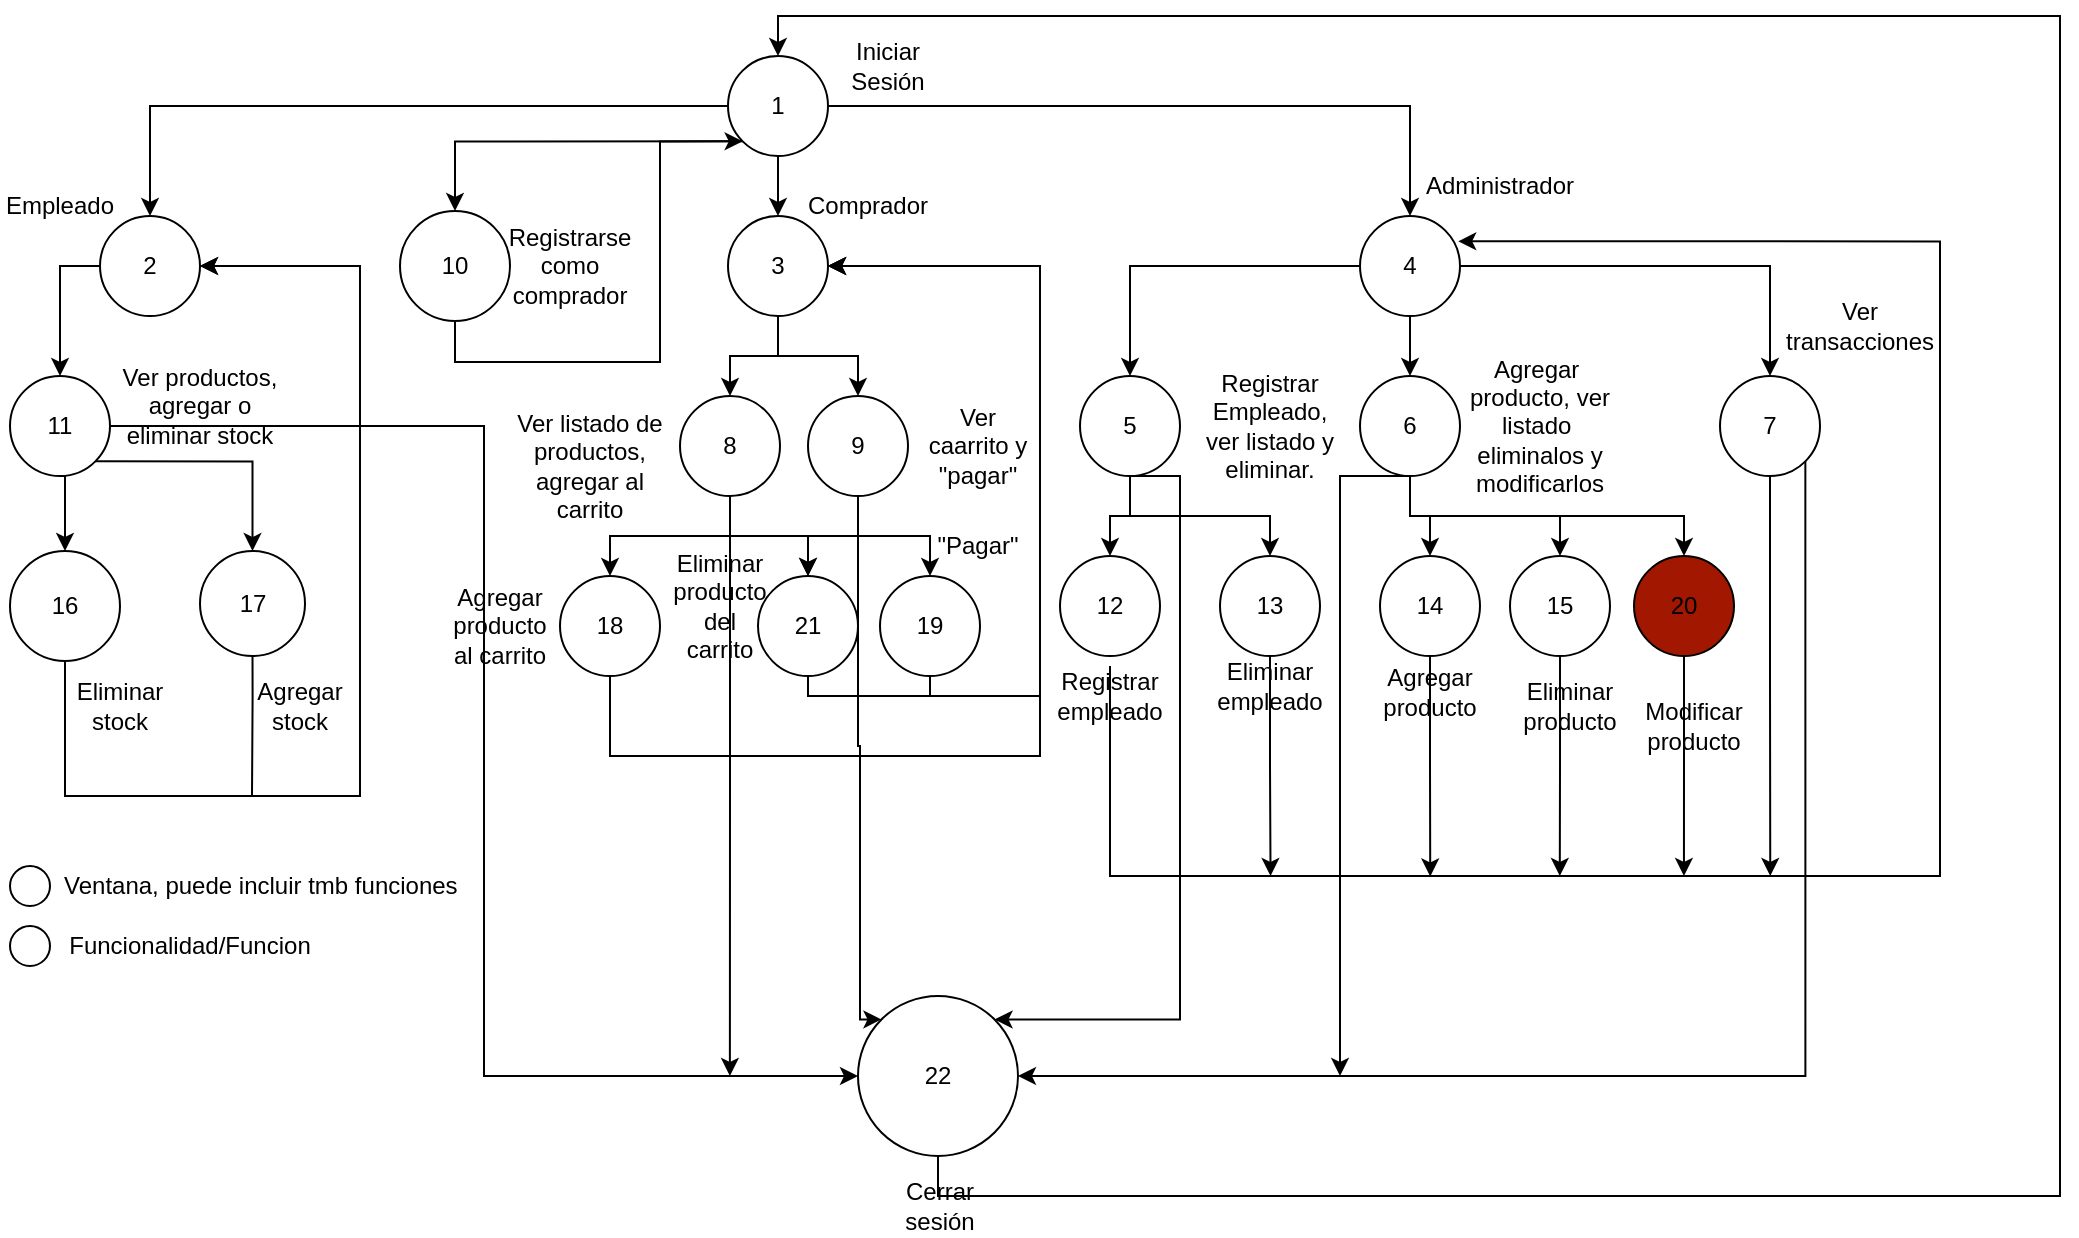
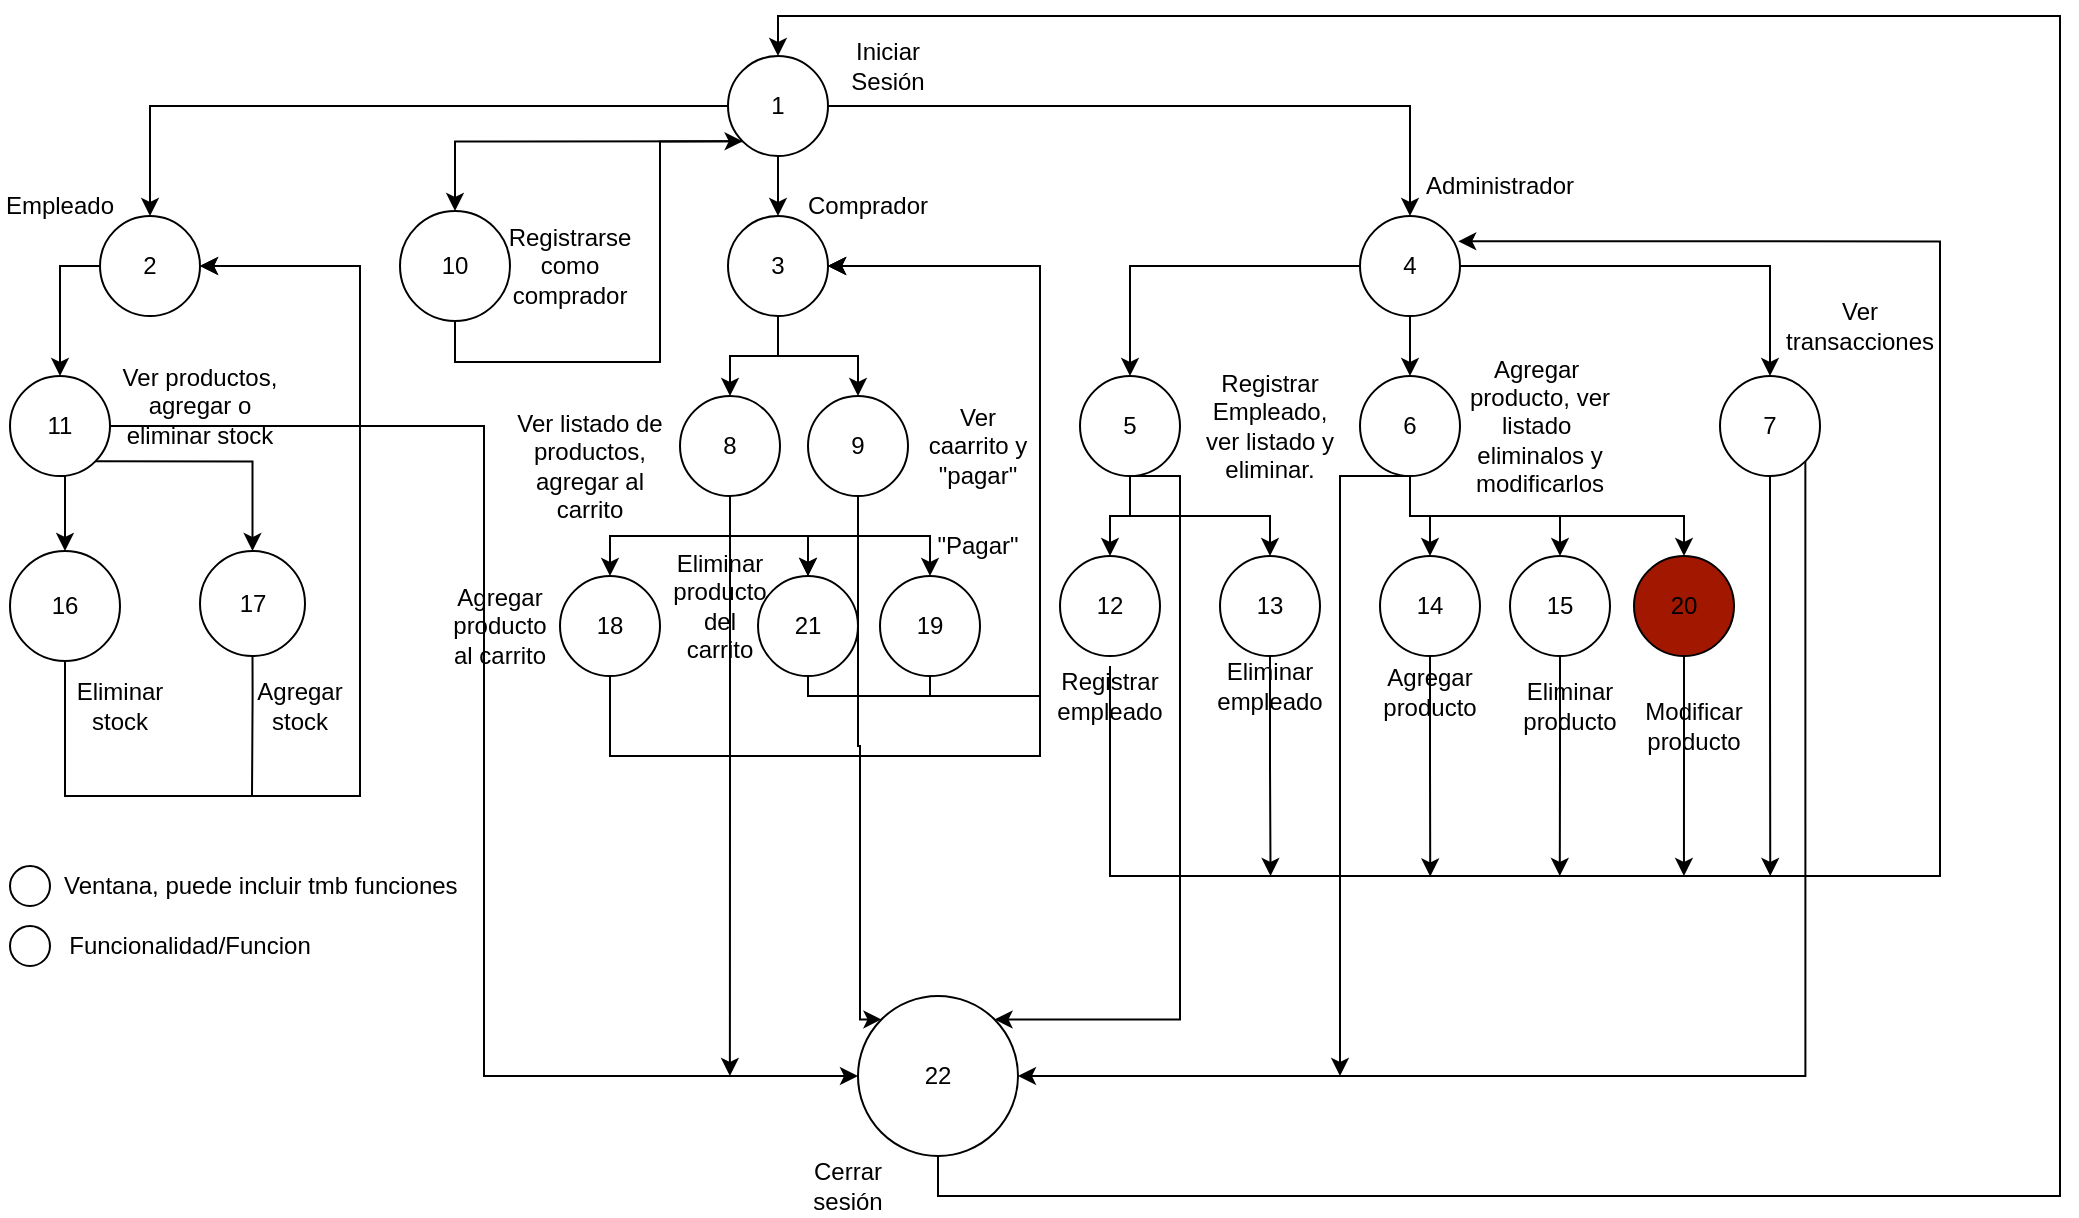
- <mxfile host="app.diagrams.net">
+ <mxfile host="Electron">
  <diagram name="General" id="yABXoofkzUlfOp70S79y">
-     <mxGraphModel dx="1538" dy="1907" grid="1" gridSize="10" guides="1" tooltips="1" connect="1" arrows="1" fold="1" page="1" pageScale="1" pageWidth="827" pageHeight="1169" math="0" shadow="0">
+     <mxGraphModel dx="1346" dy="1931" grid="1" gridSize="10" guides="1" tooltips="1" connect="1" arrows="1" fold="1" page="1" pageScale="1" pageWidth="827" pageHeight="1169" math="0" shadow="0">
      <root>
        <mxCell id="0" />
        <mxCell id="1" parent="0" />
        <mxCell id="LBXvCYroLYcxCpWWjZGj-19" edge="1" parent="1" source="LBXvCYroLYcxCpWWjZGj-14" style="edgeStyle=orthogonalEdgeStyle;rounded=0;orthogonalLoop=1;jettySize=auto;html=1;exitX=0;exitY=0.5;exitDx=0;exitDy=0;entryX=0.5;entryY=0;entryDx=0;entryDy=0;" target="LBXvCYroLYcxCpWWjZGj-16" value="">
          <mxGeometry relative="1" as="geometry" />
        </mxCell>
        <mxCell id="LBXvCYroLYcxCpWWjZGj-20" edge="1" parent="1" source="LBXvCYroLYcxCpWWjZGj-14" style="edgeStyle=orthogonalEdgeStyle;rounded=0;orthogonalLoop=1;jettySize=auto;html=1;exitX=0.5;exitY=1;exitDx=0;exitDy=0;entryX=0.5;entryY=0;entryDx=0;entryDy=0;" target="LBXvCYroLYcxCpWWjZGj-17">
          <mxGeometry relative="1" as="geometry" />
        </mxCell>
        <mxCell id="LBXvCYroLYcxCpWWjZGj-21" edge="1" parent="1" source="LBXvCYroLYcxCpWWjZGj-14" style="edgeStyle=orthogonalEdgeStyle;rounded=0;orthogonalLoop=1;jettySize=auto;html=1;exitX=1;exitY=0.5;exitDx=0;exitDy=0;entryX=0.5;entryY=0;entryDx=0;entryDy=0;" target="LBXvCYroLYcxCpWWjZGj-18">
          <mxGeometry relative="1" as="geometry" />
        </mxCell>
        <mxCell id="LBXvCYroLYcxCpWWjZGj-45" edge="1" parent="1" source="LBXvCYroLYcxCpWWjZGj-14" style="edgeStyle=orthogonalEdgeStyle;rounded=0;orthogonalLoop=1;jettySize=auto;html=1;exitX=0;exitY=1;exitDx=0;exitDy=0;entryX=0.5;entryY=0;entryDx=0;entryDy=0;" target="LBXvCYroLYcxCpWWjZGj-44">
          <mxGeometry relative="1" as="geometry" />
        </mxCell>
        <mxCell id="LBXvCYroLYcxCpWWjZGj-14" parent="1" style="ellipse;whiteSpace=wrap;html=1;aspect=fixed;fillColor=light-dark(#FFFFFF,#18952A);" value="1" vertex="1">
          <mxGeometry height="50" width="50" x="374" y="20" as="geometry" />
        </mxCell>
        <mxCell id="LBXvCYroLYcxCpWWjZGj-15" parent="1" style="text;html=1;whiteSpace=wrap;strokeColor=none;fillColor=none;align=center;verticalAlign=middle;rounded=0;" value="Iniciar Sesión" vertex="1">
          <mxGeometry height="30" width="60" x="424" y="10" as="geometry" />
        </mxCell>
        <mxCell id="LBXvCYroLYcxCpWWjZGj-49" edge="1" parent="1" source="LBXvCYroLYcxCpWWjZGj-16" style="edgeStyle=orthogonalEdgeStyle;rounded=0;orthogonalLoop=1;jettySize=auto;html=1;exitX=0;exitY=0.5;exitDx=0;exitDy=0;entryX=0.5;entryY=0;entryDx=0;entryDy=0;" target="LBXvCYroLYcxCpWWjZGj-47">
          <mxGeometry relative="1" as="geometry" />
        </mxCell>
        <mxCell id="LBXvCYroLYcxCpWWjZGj-16" parent="1" style="ellipse;whiteSpace=wrap;html=1;aspect=fixed;" value="2" vertex="1">
          <mxGeometry height="50" width="50" x="60" y="100" as="geometry" />
        </mxCell>
        <mxCell id="LBXvCYroLYcxCpWWjZGj-98" edge="1" parent="1" source="LBXvCYroLYcxCpWWjZGj-17" style="edgeStyle=orthogonalEdgeStyle;rounded=0;orthogonalLoop=1;jettySize=auto;html=1;exitX=0.5;exitY=1;exitDx=0;exitDy=0;entryX=0.5;entryY=0;entryDx=0;entryDy=0;" target="LBXvCYroLYcxCpWWjZGj-38">
          <mxGeometry relative="1" as="geometry" />
        </mxCell>
        <mxCell id="LBXvCYroLYcxCpWWjZGj-99" edge="1" parent="1" source="LBXvCYroLYcxCpWWjZGj-17" style="edgeStyle=orthogonalEdgeStyle;rounded=0;orthogonalLoop=1;jettySize=auto;html=1;exitX=0.5;exitY=1;exitDx=0;exitDy=0;entryX=0.5;entryY=0;entryDx=0;entryDy=0;" target="LBXvCYroLYcxCpWWjZGj-40">
          <mxGeometry relative="1" as="geometry" />
        </mxCell>
        <mxCell id="LBXvCYroLYcxCpWWjZGj-17" parent="1" style="ellipse;whiteSpace=wrap;html=1;aspect=fixed;" value="3" vertex="1">
          <mxGeometry height="50" width="50" x="374" y="100" as="geometry" />
        </mxCell>
        <mxCell id="LBXvCYroLYcxCpWWjZGj-57" edge="1" parent="1" source="LBXvCYroLYcxCpWWjZGj-18" style="edgeStyle=orthogonalEdgeStyle;rounded=0;orthogonalLoop=1;jettySize=auto;html=1;exitX=0.5;exitY=1;exitDx=0;exitDy=0;entryX=0.5;entryY=0;entryDx=0;entryDy=0;" target="LBXvCYroLYcxCpWWjZGj-26">
          <mxGeometry relative="1" as="geometry" />
        </mxCell>
        <mxCell id="LBXvCYroLYcxCpWWjZGj-58" edge="1" parent="1" source="LBXvCYroLYcxCpWWjZGj-18" style="edgeStyle=orthogonalEdgeStyle;rounded=0;orthogonalLoop=1;jettySize=auto;html=1;exitX=1;exitY=0.5;exitDx=0;exitDy=0;entryX=0.5;entryY=0;entryDx=0;entryDy=0;" target="LBXvCYroLYcxCpWWjZGj-27">
          <mxGeometry relative="1" as="geometry" />
        </mxCell>
        <mxCell id="LBXvCYroLYcxCpWWjZGj-59" edge="1" parent="1" source="LBXvCYroLYcxCpWWjZGj-18" style="edgeStyle=orthogonalEdgeStyle;rounded=0;orthogonalLoop=1;jettySize=auto;html=1;exitX=0;exitY=0.5;exitDx=0;exitDy=0;entryX=0.5;entryY=0;entryDx=0;entryDy=0;" target="LBXvCYroLYcxCpWWjZGj-25">
          <mxGeometry relative="1" as="geometry" />
        </mxCell>
        <mxCell id="LBXvCYroLYcxCpWWjZGj-18" parent="1" style="ellipse;whiteSpace=wrap;html=1;aspect=fixed;" value="4" vertex="1">
          <mxGeometry height="50" width="50" x="690" y="100" as="geometry" />
        </mxCell>
        <mxCell id="LBXvCYroLYcxCpWWjZGj-22" parent="1" style="text;html=1;whiteSpace=wrap;strokeColor=none;fillColor=none;align=center;verticalAlign=middle;rounded=0;" value="Empleado" vertex="1">
          <mxGeometry height="30" width="60" x="10" y="80" as="geometry" />
        </mxCell>
        <mxCell id="LBXvCYroLYcxCpWWjZGj-23" parent="1" style="text;html=1;whiteSpace=wrap;strokeColor=none;fillColor=none;align=center;verticalAlign=middle;rounded=0;" value="Comprador" vertex="1">
          <mxGeometry height="30" width="60" x="414" y="80" as="geometry" />
        </mxCell>
        <mxCell id="LBXvCYroLYcxCpWWjZGj-24" parent="1" style="text;html=1;whiteSpace=wrap;strokeColor=none;fillColor=none;align=center;verticalAlign=middle;rounded=0;" value="Administrador" vertex="1">
          <mxGeometry height="30" width="60" x="730" y="70" as="geometry" />
        </mxCell>
        <mxCell id="LBXvCYroLYcxCpWWjZGj-60" edge="1" parent="1" source="LBXvCYroLYcxCpWWjZGj-25" style="edgeStyle=orthogonalEdgeStyle;rounded=0;orthogonalLoop=1;jettySize=auto;html=1;exitX=0.5;exitY=1;exitDx=0;exitDy=0;entryX=0.5;entryY=0;entryDx=0;entryDy=0;" target="LBXvCYroLYcxCpWWjZGj-54">
          <mxGeometry relative="1" as="geometry" />
        </mxCell>
        <mxCell id="LBXvCYroLYcxCpWWjZGj-61" edge="1" parent="1" source="LBXvCYroLYcxCpWWjZGj-25" style="edgeStyle=orthogonalEdgeStyle;rounded=0;orthogonalLoop=1;jettySize=auto;html=1;exitX=0.5;exitY=1;exitDx=0;exitDy=0;" target="LBXvCYroLYcxCpWWjZGj-55">
          <mxGeometry relative="1" as="geometry" />
        </mxCell>
        <mxCell id="wNyk0zgXBIJdKZvLJYqR-15" edge="1" parent="1" source="LBXvCYroLYcxCpWWjZGj-25" style="edgeStyle=orthogonalEdgeStyle;rounded=0;orthogonalLoop=1;jettySize=auto;html=1;exitX=0.5;exitY=1;exitDx=0;exitDy=0;entryX=1;entryY=0;entryDx=0;entryDy=0;" target="wNyk0zgXBIJdKZvLJYqR-11">
          <mxGeometry relative="1" as="geometry">
            <Array as="points">
              <mxPoint x="600" y="230" />
              <mxPoint x="600" y="502" />
            </Array>
          </mxGeometry>
        </mxCell>
        <mxCell id="LBXvCYroLYcxCpWWjZGj-25" parent="1" style="ellipse;whiteSpace=wrap;html=1;aspect=fixed;fillColor=light-dark(#FFFFFF,#18952A);" value="5" vertex="1">
          <mxGeometry height="50" width="50" x="550" y="180" as="geometry" />
        </mxCell>
        <mxCell id="LBXvCYroLYcxCpWWjZGj-66" edge="1" parent="1" source="LBXvCYroLYcxCpWWjZGj-26" style="edgeStyle=orthogonalEdgeStyle;rounded=0;orthogonalLoop=1;jettySize=auto;html=1;exitX=0.5;exitY=1;exitDx=0;exitDy=0;entryX=0.5;entryY=0;entryDx=0;entryDy=0;" target="LBXvCYroLYcxCpWWjZGj-64">
          <mxGeometry relative="1" as="geometry" />
        </mxCell>
        <mxCell id="LBXvCYroLYcxCpWWjZGj-67" edge="1" parent="1" source="LBXvCYroLYcxCpWWjZGj-26" style="edgeStyle=orthogonalEdgeStyle;rounded=0;orthogonalLoop=1;jettySize=auto;html=1;exitX=0.5;exitY=1;exitDx=0;exitDy=0;entryX=0.5;entryY=0;entryDx=0;entryDy=0;" target="LBXvCYroLYcxCpWWjZGj-65">
          <mxGeometry relative="1" as="geometry" />
        </mxCell>
        <mxCell id="hRm-Ou00VWeYjdHq_WFA-5" edge="1" parent="1" source="LBXvCYroLYcxCpWWjZGj-26" style="edgeStyle=orthogonalEdgeStyle;rounded=0;orthogonalLoop=1;jettySize=auto;html=1;exitX=0.5;exitY=1;exitDx=0;exitDy=0;entryX=0.5;entryY=0;entryDx=0;entryDy=0;" target="hRm-Ou00VWeYjdHq_WFA-3">
          <mxGeometry relative="1" as="geometry" />
        </mxCell>
        <mxCell id="wNyk0zgXBIJdKZvLJYqR-20" edge="1" parent="1" source="LBXvCYroLYcxCpWWjZGj-26" style="edgeStyle=orthogonalEdgeStyle;rounded=0;orthogonalLoop=1;jettySize=auto;html=1;exitX=0.5;exitY=1;exitDx=0;exitDy=0;">
          <mxGeometry relative="1" as="geometry">
            <Array as="points">
              <mxPoint x="680" y="230" />
              <mxPoint x="680" y="530" />
            </Array>
            <mxPoint x="680" y="530" as="targetPoint" />
          </mxGeometry>
        </mxCell>
        <mxCell id="LBXvCYroLYcxCpWWjZGj-26" parent="1" style="ellipse;whiteSpace=wrap;html=1;aspect=fixed;fillColor=light-dark(#FFFFFF,#18952A);" value="6" vertex="1">
          <mxGeometry height="50" width="50" x="690" y="180" as="geometry" />
        </mxCell>
        <mxCell id="hRm-Ou00VWeYjdHq_WFA-1" edge="1" parent="1" source="LBXvCYroLYcxCpWWjZGj-27" style="edgeStyle=orthogonalEdgeStyle;rounded=0;orthogonalLoop=1;jettySize=auto;html=1;exitX=0.5;exitY=1;exitDx=0;exitDy=0;">
          <mxGeometry relative="1" as="geometry">
            <mxPoint x="895.1290322580644" y="430" as="targetPoint" />
          </mxGeometry>
        </mxCell>
        <mxCell id="wNyk0zgXBIJdKZvLJYqR-19" edge="1" parent="1" source="LBXvCYroLYcxCpWWjZGj-27" style="edgeStyle=orthogonalEdgeStyle;rounded=0;orthogonalLoop=1;jettySize=auto;html=1;exitX=1;exitY=1;exitDx=0;exitDy=0;entryX=1;entryY=0.5;entryDx=0;entryDy=0;" target="wNyk0zgXBIJdKZvLJYqR-11">
          <mxGeometry relative="1" as="geometry">
            <Array as="points">
              <mxPoint x="913" y="530" />
            </Array>
          </mxGeometry>
        </mxCell>
        <mxCell id="LBXvCYroLYcxCpWWjZGj-27" parent="1" style="ellipse;whiteSpace=wrap;html=1;aspect=fixed;fillColor=light-dark(#FFFFFF,#18952A);" value="7" vertex="1">
          <mxGeometry height="50" width="50" x="870" y="180" as="geometry" />
        </mxCell>
        <mxCell id="LBXvCYroLYcxCpWWjZGj-28" parent="1" style="text;html=1;whiteSpace=wrap;strokeColor=none;fillColor=none;align=center;verticalAlign=middle;rounded=0;" value="Registrar&lt;div&gt;Empleado,&lt;/div&gt;&lt;div&gt;ver listado y eliminar.&lt;/div&gt;" vertex="1">
          <mxGeometry height="30" width="70" x="610" y="190" as="geometry" />
        </mxCell>
        <mxCell id="LBXvCYroLYcxCpWWjZGj-30" parent="1" style="text;html=1;whiteSpace=wrap;strokeColor=none;fillColor=none;align=center;verticalAlign=middle;rounded=0;" value="Agregar&amp;nbsp;&lt;div&gt;producto, ver listado&amp;nbsp; eliminalos y modificarlos&lt;/div&gt;" vertex="1">
          <mxGeometry height="30" width="80" x="740" y="190" as="geometry" />
        </mxCell>
        <mxCell id="LBXvCYroLYcxCpWWjZGj-34" parent="1" style="text;html=1;whiteSpace=wrap;strokeColor=none;fillColor=none;align=center;verticalAlign=middle;rounded=0;" value="Ver transacciones" vertex="1">
          <mxGeometry height="30" width="60" x="910" y="140" as="geometry" />
        </mxCell>
        <mxCell id="LBXvCYroLYcxCpWWjZGj-102" edge="1" parent="1" source="LBXvCYroLYcxCpWWjZGj-38" style="edgeStyle=orthogonalEdgeStyle;rounded=0;orthogonalLoop=1;jettySize=auto;html=1;exitX=0.5;exitY=1;exitDx=0;exitDy=0;entryX=0.5;entryY=0;entryDx=0;entryDy=0;" target="LBXvCYroLYcxCpWWjZGj-100">
          <mxGeometry relative="1" as="geometry" />
        </mxCell>
        <mxCell id="wNyk0zgXBIJdKZvLJYqR-7" edge="1" parent="1" source="LBXvCYroLYcxCpWWjZGj-38" style="edgeStyle=orthogonalEdgeStyle;rounded=0;orthogonalLoop=1;jettySize=auto;html=1;exitX=0.5;exitY=1;exitDx=0;exitDy=0;entryX=0.5;entryY=0;entryDx=0;entryDy=0;" target="wNyk0zgXBIJdKZvLJYqR-1">
          <mxGeometry relative="1" as="geometry" />
        </mxCell>
        <mxCell id="wNyk0zgXBIJdKZvLJYqR-22" edge="1" parent="1" source="LBXvCYroLYcxCpWWjZGj-38" style="edgeStyle=orthogonalEdgeStyle;rounded=0;orthogonalLoop=1;jettySize=auto;html=1;exitX=0.5;exitY=1;exitDx=0;exitDy=0;">
          <mxGeometry relative="1" as="geometry">
            <mxPoint x="374.9411764705883" y="530" as="targetPoint" />
          </mxGeometry>
        </mxCell>
        <mxCell id="LBXvCYroLYcxCpWWjZGj-38" parent="1" style="ellipse;whiteSpace=wrap;html=1;aspect=fixed;fillColor=light-dark(#FFFFFF,#18952A);" value="8" vertex="1">
          <mxGeometry height="50" width="50" x="350" y="190" as="geometry" />
        </mxCell>
        <mxCell id="LBXvCYroLYcxCpWWjZGj-39" parent="1" style="text;html=1;whiteSpace=wrap;strokeColor=none;fillColor=none;align=center;verticalAlign=middle;rounded=0;" value="Ver listado de productos, agregar al carrito" vertex="1">
          <mxGeometry height="30" width="80" x="265" y="210" as="geometry" />
        </mxCell>
        <mxCell id="LBXvCYroLYcxCpWWjZGj-104" edge="1" parent="1" source="LBXvCYroLYcxCpWWjZGj-40" style="edgeStyle=orthogonalEdgeStyle;rounded=0;orthogonalLoop=1;jettySize=auto;html=1;exitX=0.5;exitY=1;exitDx=0;exitDy=0;entryX=0.5;entryY=0;entryDx=0;entryDy=0;" target="LBXvCYroLYcxCpWWjZGj-101">
          <mxGeometry relative="1" as="geometry" />
        </mxCell>
        <mxCell id="wNyk0zgXBIJdKZvLJYqR-4" edge="1" parent="1" source="LBXvCYroLYcxCpWWjZGj-40" style="edgeStyle=orthogonalEdgeStyle;rounded=0;orthogonalLoop=1;jettySize=auto;html=1;exitX=0.5;exitY=1;exitDx=0;exitDy=0;" target="wNyk0zgXBIJdKZvLJYqR-1">
          <mxGeometry relative="1" as="geometry" />
        </mxCell>
        <mxCell id="wNyk0zgXBIJdKZvLJYqR-14" edge="1" parent="1" source="LBXvCYroLYcxCpWWjZGj-40" style="edgeStyle=orthogonalEdgeStyle;rounded=0;orthogonalLoop=1;jettySize=auto;html=1;exitX=0.5;exitY=1;exitDx=0;exitDy=0;entryX=0;entryY=0;entryDx=0;entryDy=0;" target="wNyk0zgXBIJdKZvLJYqR-11">
          <mxGeometry relative="1" as="geometry">
            <Array as="points">
              <mxPoint x="439" y="365" />
              <mxPoint x="440" y="365" />
              <mxPoint x="440" y="502" />
            </Array>
          </mxGeometry>
        </mxCell>
        <mxCell id="LBXvCYroLYcxCpWWjZGj-40" parent="1" style="ellipse;whiteSpace=wrap;html=1;aspect=fixed;fillColor=light-dark(#FFFFFF,#18952A);" value="9" vertex="1">
          <mxGeometry height="50" width="50" x="414" y="190" as="geometry" />
        </mxCell>
        <mxCell id="LBXvCYroLYcxCpWWjZGj-41" parent="1" style="text;html=1;whiteSpace=wrap;strokeColor=none;fillColor=none;align=center;verticalAlign=middle;rounded=0;" value="Ver caarrito y &quot;pagar&quot;" vertex="1">
          <mxGeometry height="30" width="60" x="469" y="200" as="geometry" />
        </mxCell>
        <mxCell id="LBXvCYroLYcxCpWWjZGj-79" edge="1" parent="1" source="LBXvCYroLYcxCpWWjZGj-44" style="edgeStyle=orthogonalEdgeStyle;rounded=0;orthogonalLoop=1;jettySize=auto;html=1;exitX=0.5;exitY=1;exitDx=0;exitDy=0;entryX=0;entryY=1;entryDx=0;entryDy=0;" target="LBXvCYroLYcxCpWWjZGj-14">
          <mxGeometry relative="1" as="geometry">
            <Array as="points">
              <mxPoint x="237" y="173" />
              <mxPoint x="340" y="173" />
              <mxPoint x="340" y="63" />
            </Array>
          </mxGeometry>
        </mxCell>
        <mxCell id="LBXvCYroLYcxCpWWjZGj-44" parent="1" style="ellipse;whiteSpace=wrap;html=1;aspect=fixed;fillColor=light-dark(#FFFFFF,#18952A);" value="10" vertex="1">
          <mxGeometry height="55" width="55" x="210" y="97.5" as="geometry" />
        </mxCell>
        <mxCell id="LBXvCYroLYcxCpWWjZGj-46" parent="1" style="text;html=1;whiteSpace=wrap;strokeColor=none;fillColor=none;align=center;verticalAlign=middle;rounded=0;" value="Registrarse como comprador" vertex="1">
          <mxGeometry height="30" width="60" x="265" y="110" as="geometry" />
        </mxCell>
        <mxCell id="LBXvCYroLYcxCpWWjZGj-74" edge="1" parent="1" source="LBXvCYroLYcxCpWWjZGj-47" style="edgeStyle=orthogonalEdgeStyle;rounded=0;orthogonalLoop=1;jettySize=auto;html=1;exitX=0.5;exitY=1;exitDx=0;exitDy=0;entryX=0.5;entryY=0;entryDx=0;entryDy=0;" target="LBXvCYroLYcxCpWWjZGj-72">
          <mxGeometry relative="1" as="geometry" />
        </mxCell>
        <mxCell id="LBXvCYroLYcxCpWWjZGj-75" edge="1" parent="1" source="LBXvCYroLYcxCpWWjZGj-47" style="edgeStyle=orthogonalEdgeStyle;rounded=0;orthogonalLoop=1;jettySize=auto;html=1;exitX=1;exitY=1;exitDx=0;exitDy=0;" target="LBXvCYroLYcxCpWWjZGj-73">
          <mxGeometry relative="1" as="geometry" />
        </mxCell>
        <mxCell id="wNyk0zgXBIJdKZvLJYqR-12" edge="1" parent="1" source="LBXvCYroLYcxCpWWjZGj-47" style="edgeStyle=orthogonalEdgeStyle;rounded=0;orthogonalLoop=1;jettySize=auto;html=1;exitX=1;exitY=0.5;exitDx=0;exitDy=0;entryX=0;entryY=0.5;entryDx=0;entryDy=0;" target="wNyk0zgXBIJdKZvLJYqR-11">
          <mxGeometry relative="1" as="geometry" />
        </mxCell>
        <mxCell id="LBXvCYroLYcxCpWWjZGj-47" parent="1" style="ellipse;whiteSpace=wrap;html=1;aspect=fixed;fillColor=light-dark(#FFFFFF,#18952A);" value="11" vertex="1">
          <mxGeometry height="50" width="50" x="15" y="180" as="geometry" />
        </mxCell>
        <mxCell id="LBXvCYroLYcxCpWWjZGj-48" parent="1" style="text;html=1;whiteSpace=wrap;strokeColor=none;fillColor=none;align=center;verticalAlign=middle;rounded=0;" value="Ver productos, agregar o eliminar stock" vertex="1">
          <mxGeometry height="30" width="80" x="70" y="180" as="geometry" />
        </mxCell>
        <mxCell id="LBXvCYroLYcxCpWWjZGj-54" parent="1" style="ellipse;whiteSpace=wrap;html=1;aspect=fixed;fillColor=light-dark(#FFFFFF,#A21700);" value="12" vertex="1">
          <mxGeometry height="50" width="50" x="540" y="270" as="geometry" />
        </mxCell>
        <mxCell id="LBXvCYroLYcxCpWWjZGj-81" edge="1" parent="1" source="LBXvCYroLYcxCpWWjZGj-55" style="edgeStyle=orthogonalEdgeStyle;rounded=0;orthogonalLoop=1;jettySize=auto;html=1;exitX=0.5;exitY=1;exitDx=0;exitDy=0;">
          <mxGeometry relative="1" as="geometry">
            <mxPoint x="645.272727272727" y="430" as="targetPoint" />
          </mxGeometry>
        </mxCell>
        <mxCell id="LBXvCYroLYcxCpWWjZGj-55" parent="1" style="ellipse;whiteSpace=wrap;html=1;aspect=fixed;fillColor=light-dark(#FFFFFF,#A21700);" value="13" vertex="1">
          <mxGeometry height="50" width="50" x="620" y="270" as="geometry" />
        </mxCell>
        <mxCell id="LBXvCYroLYcxCpWWjZGj-62" parent="1" style="text;html=1;whiteSpace=wrap;strokeColor=none;fillColor=none;align=center;verticalAlign=middle;rounded=0;" value="Registrar&lt;div&gt;empleado&lt;/div&gt;" vertex="1">
          <mxGeometry height="30" width="60" x="535" y="325" as="geometry" />
        </mxCell>
        <mxCell id="LBXvCYroLYcxCpWWjZGj-63" parent="1" style="text;html=1;whiteSpace=wrap;strokeColor=none;fillColor=none;align=center;verticalAlign=middle;rounded=0;" value="Eliminar&lt;div&gt;empleado&lt;/div&gt;" vertex="1">
          <mxGeometry height="30" width="60" x="615" y="320" as="geometry" />
        </mxCell>
        <mxCell id="LBXvCYroLYcxCpWWjZGj-88" edge="1" parent="1" source="LBXvCYroLYcxCpWWjZGj-64" style="edgeStyle=orthogonalEdgeStyle;rounded=0;orthogonalLoop=1;jettySize=auto;html=1;exitX=0.5;exitY=1;exitDx=0;exitDy=0;">
          <mxGeometry relative="1" as="geometry">
            <mxPoint x="725.1212121212122" y="430.242402047822" as="targetPoint" />
          </mxGeometry>
        </mxCell>
        <mxCell id="LBXvCYroLYcxCpWWjZGj-64" parent="1" style="ellipse;whiteSpace=wrap;html=1;aspect=fixed;fillColor=light-dark(#FFFFFF,#A21700);" value="14" vertex="1">
          <mxGeometry height="50" width="50" x="700" y="270" as="geometry" />
        </mxCell>
        <mxCell id="wNyk0zgXBIJdKZvLJYqR-9" edge="1" parent="1" source="LBXvCYroLYcxCpWWjZGj-65" style="edgeStyle=orthogonalEdgeStyle;rounded=0;orthogonalLoop=1;jettySize=auto;html=1;exitX=0.5;exitY=1;exitDx=0;exitDy=0;">
          <mxGeometry relative="1" as="geometry">
            <mxPoint x="789.8965517241379" y="430" as="targetPoint" />
          </mxGeometry>
        </mxCell>
        <mxCell id="LBXvCYroLYcxCpWWjZGj-65" parent="1" style="ellipse;whiteSpace=wrap;html=1;aspect=fixed;fillColor=light-dark(#FFFFFF,#A21700);" value="15" vertex="1">
          <mxGeometry height="50" width="50" x="765" y="270" as="geometry" />
        </mxCell>
        <mxCell id="LBXvCYroLYcxCpWWjZGj-69" parent="1" style="text;html=1;whiteSpace=wrap;strokeColor=none;fillColor=none;align=center;verticalAlign=middle;rounded=0;" value="Eliminar&lt;div&gt;producto&lt;/div&gt;" vertex="1">
          <mxGeometry height="30" width="60" x="765" y="330" as="geometry" />
        </mxCell>
        <mxCell id="LBXvCYroLYcxCpWWjZGj-96" edge="1" parent="1" source="LBXvCYroLYcxCpWWjZGj-72" style="edgeStyle=orthogonalEdgeStyle;rounded=0;orthogonalLoop=1;jettySize=auto;html=1;exitX=0.5;exitY=1;exitDx=0;exitDy=0;entryX=1;entryY=0.5;entryDx=0;entryDy=0;" target="LBXvCYroLYcxCpWWjZGj-16">
          <mxGeometry relative="1" as="geometry">
            <Array as="points">
              <mxPoint x="42" y="390" />
              <mxPoint x="190" y="390" />
              <mxPoint x="190" y="125" />
            </Array>
          </mxGeometry>
        </mxCell>
        <mxCell id="LBXvCYroLYcxCpWWjZGj-72" parent="1" style="ellipse;whiteSpace=wrap;html=1;aspect=fixed;fillColor=light-dark(#FFFFFF,#A21700);" value="16" vertex="1">
          <mxGeometry height="55" width="55" x="15" y="267.5" as="geometry" />
        </mxCell>
        <mxCell id="LBXvCYroLYcxCpWWjZGj-97" edge="1" parent="1" source="LBXvCYroLYcxCpWWjZGj-73" style="edgeStyle=orthogonalEdgeStyle;rounded=0;orthogonalLoop=1;jettySize=auto;html=1;exitX=0.5;exitY=1;exitDx=0;exitDy=0;entryX=1;entryY=0.5;entryDx=0;entryDy=0;" target="LBXvCYroLYcxCpWWjZGj-16">
          <mxGeometry relative="1" as="geometry">
            <Array as="points">
              <mxPoint x="136" y="340" />
              <mxPoint x="136" y="390" />
              <mxPoint x="190" y="390" />
              <mxPoint x="190" y="125" />
            </Array>
          </mxGeometry>
        </mxCell>
        <mxCell id="LBXvCYroLYcxCpWWjZGj-73" parent="1" style="ellipse;whiteSpace=wrap;html=1;aspect=fixed;fillColor=light-dark(#FFFFFF,#A21700);" value="17" vertex="1">
          <mxGeometry height="52.5" width="52.5" x="110" y="267.5" as="geometry" />
        </mxCell>
        <mxCell id="LBXvCYroLYcxCpWWjZGj-76" parent="1" style="text;html=1;whiteSpace=wrap;strokeColor=none;fillColor=none;align=center;verticalAlign=middle;rounded=0;" value="Eliminar&lt;div&gt;stock&lt;/div&gt;" vertex="1">
          <mxGeometry height="30" width="60" x="40" y="330" as="geometry" />
        </mxCell>
        <mxCell id="LBXvCYroLYcxCpWWjZGj-78" parent="1" style="text;html=1;whiteSpace=wrap;strokeColor=none;fillColor=none;align=center;verticalAlign=middle;rounded=0;" value="Agregar&lt;div&gt;stock&lt;/div&gt;" vertex="1">
          <mxGeometry height="30" width="60" x="130" y="330" as="geometry" />
        </mxCell>
        <mxCell id="LBXvCYroLYcxCpWWjZGj-80" edge="1" parent="1" source="LBXvCYroLYcxCpWWjZGj-62" style="edgeStyle=orthogonalEdgeStyle;rounded=0;orthogonalLoop=1;jettySize=auto;html=1;exitX=0.5;exitY=0;exitDx=0;exitDy=0;entryX=0.982;entryY=0.253;entryDx=0;entryDy=0;entryPerimeter=0;" target="LBXvCYroLYcxCpWWjZGj-18">
          <mxGeometry relative="1" as="geometry">
            <Array as="points">
              <mxPoint x="565" y="430" />
              <mxPoint x="980" y="430" />
              <mxPoint x="980" y="113" />
            </Array>
          </mxGeometry>
        </mxCell>
        <mxCell id="LBXvCYroLYcxCpWWjZGj-68" parent="1" style="text;html=1;whiteSpace=wrap;strokeColor=none;fillColor=none;align=center;verticalAlign=middle;rounded=0;" value="Agregar&lt;div&gt;producto&lt;/div&gt;" vertex="1">
          <mxGeometry height="30" width="60" x="695" y="322.5" as="geometry" />
        </mxCell>
        <mxCell id="LBXvCYroLYcxCpWWjZGj-111" edge="1" parent="1" source="LBXvCYroLYcxCpWWjZGj-100" style="edgeStyle=orthogonalEdgeStyle;rounded=0;orthogonalLoop=1;jettySize=auto;html=1;exitX=0.5;exitY=1;exitDx=0;exitDy=0;entryX=1;entryY=0.5;entryDx=0;entryDy=0;" target="LBXvCYroLYcxCpWWjZGj-17">
          <mxGeometry relative="1" as="geometry">
            <Array as="points">
              <mxPoint x="315" y="370" />
              <mxPoint x="530" y="370" />
              <mxPoint x="530" y="125" />
            </Array>
          </mxGeometry>
        </mxCell>
        <mxCell id="LBXvCYroLYcxCpWWjZGj-100" parent="1" style="ellipse;whiteSpace=wrap;html=1;aspect=fixed;fillColor=light-dark(#FFFFFF,#A21700);" value="18" vertex="1">
          <mxGeometry height="50" width="50" x="290" y="280" as="geometry" />
        </mxCell>
        <mxCell id="LBXvCYroLYcxCpWWjZGj-112" edge="1" parent="1" source="LBXvCYroLYcxCpWWjZGj-101" style="edgeStyle=orthogonalEdgeStyle;rounded=0;orthogonalLoop=1;jettySize=auto;html=1;exitX=0.5;exitY=1;exitDx=0;exitDy=0;entryX=1;entryY=0.5;entryDx=0;entryDy=0;" target="LBXvCYroLYcxCpWWjZGj-17">
          <mxGeometry relative="1" as="geometry">
            <Array as="points">
              <mxPoint x="475" y="340" />
              <mxPoint x="530" y="340" />
              <mxPoint x="530" y="125" />
            </Array>
          </mxGeometry>
        </mxCell>
        <mxCell id="LBXvCYroLYcxCpWWjZGj-101" parent="1" style="ellipse;whiteSpace=wrap;html=1;aspect=fixed;fillColor=light-dark(#FFFFFF,#A21700);" value="19" vertex="1">
          <mxGeometry height="50" width="50" x="450" y="280" as="geometry" />
        </mxCell>
        <mxCell id="LBXvCYroLYcxCpWWjZGj-105" parent="1" style="text;html=1;whiteSpace=wrap;strokeColor=none;fillColor=none;align=center;verticalAlign=middle;rounded=0;" value="&quot;Pagar&quot;" vertex="1">
          <mxGeometry height="30" width="60" x="469" y="250" as="geometry" />
        </mxCell>
        <mxCell id="LBXvCYroLYcxCpWWjZGj-106" parent="1" style="text;html=1;whiteSpace=wrap;strokeColor=none;fillColor=none;align=center;verticalAlign=middle;rounded=0;" value="Agregar producto al carrito" vertex="1">
          <mxGeometry height="30" width="60" x="230" y="290" as="geometry" />
        </mxCell>
        <mxCell id="LBXvCYroLYcxCpWWjZGj-107" parent="1" style="ellipse;whiteSpace=wrap;html=1;aspect=fixed;fillColor=light-dark(#FFFFFF,#18952A);" value="" vertex="1">
          <mxGeometry height="20" width="20" x="15" y="425" as="geometry" />
        </mxCell>
        <mxCell id="LBXvCYroLYcxCpWWjZGj-108" parent="1" style="ellipse;whiteSpace=wrap;html=1;aspect=fixed;fillColor=light-dark(#FFFFFF,#A21700);" value="" vertex="1">
          <mxGeometry height="20" width="20" x="15" y="455" as="geometry" />
        </mxCell>
        <mxCell id="LBXvCYroLYcxCpWWjZGj-109" parent="1" style="text;html=1;whiteSpace=wrap;strokeColor=none;fillColor=none;align=left;verticalAlign=middle;rounded=0;" value="Ventana, puede incluir tmb funciones" vertex="1">
          <mxGeometry height="30" width="205" x="40" y="420" as="geometry" />
        </mxCell>
        <mxCell id="LBXvCYroLYcxCpWWjZGj-110" parent="1" style="text;html=1;whiteSpace=wrap;strokeColor=none;fillColor=none;align=center;verticalAlign=middle;rounded=0;" value="Funcionalidad/Funcion" vertex="1">
          <mxGeometry height="30" width="60" x="75" y="450" as="geometry" />
        </mxCell>
        <mxCell id="wNyk0zgXBIJdKZvLJYqR-8" edge="1" parent="1" source="hRm-Ou00VWeYjdHq_WFA-3" style="edgeStyle=orthogonalEdgeStyle;rounded=0;orthogonalLoop=1;jettySize=auto;html=1;exitX=0.5;exitY=1;exitDx=0;exitDy=0;">
          <mxGeometry relative="1" as="geometry">
            <mxPoint x="851.9655172413793" y="430" as="targetPoint" />
          </mxGeometry>
        </mxCell>
        <mxCell id="hRm-Ou00VWeYjdHq_WFA-3" parent="1" style="ellipse;whiteSpace=wrap;html=1;aspect=fixed;fillColor=light-dark(#A21700,#A21700);" value="20" vertex="1">
          <mxGeometry height="50" width="50" x="827" y="270" as="geometry" />
        </mxCell>
        <mxCell id="hRm-Ou00VWeYjdHq_WFA-7" parent="1" style="text;html=1;whiteSpace=wrap;strokeColor=none;fillColor=none;align=center;verticalAlign=middle;rounded=0;" value="Modificar&lt;div&gt;producto&lt;/div&gt;" vertex="1">
          <mxGeometry height="30" width="60" x="827" y="340" as="geometry" />
        </mxCell>
        <mxCell id="wNyk0zgXBIJdKZvLJYqR-6" edge="1" parent="1" source="wNyk0zgXBIJdKZvLJYqR-1" style="edgeStyle=orthogonalEdgeStyle;rounded=0;orthogonalLoop=1;jettySize=auto;html=1;exitX=0.5;exitY=1;exitDx=0;exitDy=0;entryX=1;entryY=0.5;entryDx=0;entryDy=0;" target="LBXvCYroLYcxCpWWjZGj-17">
          <mxGeometry relative="1" as="geometry">
            <Array as="points">
              <mxPoint x="414" y="340" />
              <mxPoint x="530" y="340" />
              <mxPoint x="530" y="125" />
            </Array>
            <mxPoint x="480" y="150" as="targetPoint" />
          </mxGeometry>
        </mxCell>
        <mxCell id="wNyk0zgXBIJdKZvLJYqR-1" parent="1" style="ellipse;whiteSpace=wrap;html=1;aspect=fixed;fillColor=light-dark(#FFFFFF,#A21700);" value="21" vertex="1">
          <mxGeometry height="50" width="50" x="389" y="280" as="geometry" />
        </mxCell>
        <mxCell id="wNyk0zgXBIJdKZvLJYqR-5" parent="1" style="text;html=1;whiteSpace=wrap;strokeColor=none;fillColor=none;align=center;verticalAlign=middle;rounded=0;" value="Eliminar&lt;div&gt;producto&lt;/div&gt;&lt;div&gt;del&lt;/div&gt;&lt;div&gt;carrito&lt;/div&gt;" vertex="1">
          <mxGeometry height="30" width="60" x="340" y="280" as="geometry" />
        </mxCell>
        <mxCell id="wNyk0zgXBIJdKZvLJYqR-23" edge="1" parent="1" source="wNyk0zgXBIJdKZvLJYqR-11" style="edgeStyle=orthogonalEdgeStyle;rounded=0;orthogonalLoop=1;jettySize=auto;html=1;exitX=0.5;exitY=1;exitDx=0;exitDy=0;entryX=0.5;entryY=0;entryDx=0;entryDy=0;" target="LBXvCYroLYcxCpWWjZGj-14">
          <mxGeometry relative="1" as="geometry">
            <Array as="points">
              <mxPoint x="479" y="590" />
              <mxPoint x="1040" y="590" />
              <mxPoint x="1040" />
              <mxPoint x="399" />
            </Array>
          </mxGeometry>
        </mxCell>
        <mxCell id="wNyk0zgXBIJdKZvLJYqR-11" parent="1" style="ellipse;whiteSpace=wrap;html=1;aspect=fixed;fillColor=light-dark(#FFFFFF,#A21700);" value="22" vertex="1">
          <mxGeometry height="80" width="80" x="439" y="490" as="geometry" />
        </mxCell>
        <mxCell id="wNyk0zgXBIJdKZvLJYqR-21" parent="1" style="text;html=1;whiteSpace=wrap;strokeColor=none;fillColor=none;align=center;verticalAlign=middle;rounded=0;" value="Cerrar sesión" vertex="1">
-           <mxGeometry height="30" width="60" x="450" y="580" as="geometry" />
+           <mxGeometry height="30" width="60" x="404" y="570" as="geometry" />
        </mxCell>
      </root>
    </mxGraphModel>
  </diagram>
</mxfile>
